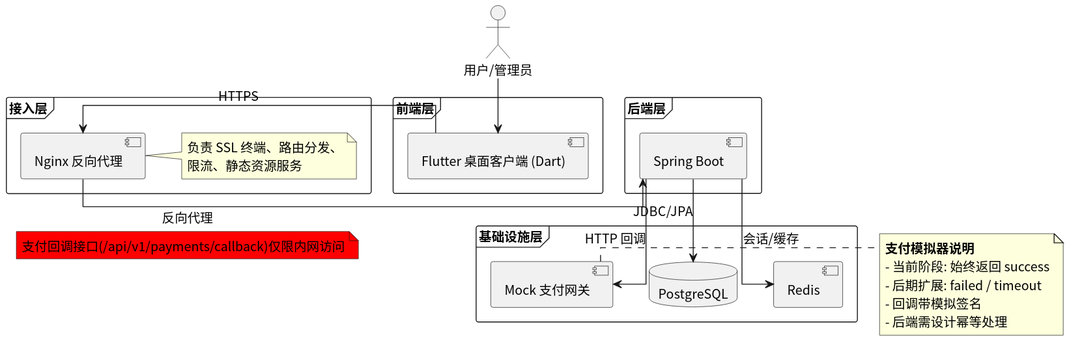
This is usecase/docs/containerd/img/deployment_overview.svg from greenhandzdl/charging-station-doc, a PlantUML export, as it was before one commit.
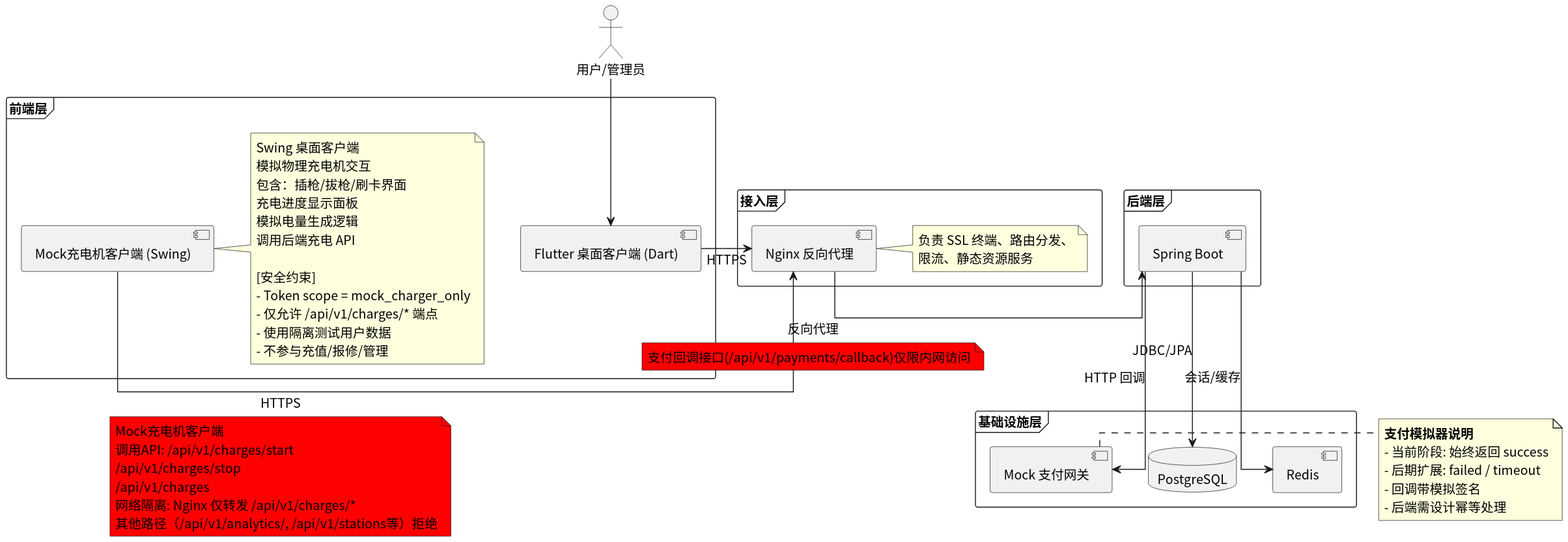
After the commit.

Change to the diagram source:
```diff
@@ -7,6 +7,21 @@
 
 frame "前端层" {
   component "Flutter 桌面客户端 (Dart)" as FE
+  component "Mock充电机客户端 (Swing)" as MC
+  note right of MC
+    Swing 桌面客户端
+    模拟物理充电机交互
+    包含：插枪/拔枪/刷卡界面
+    充电进度显示面板
+    模拟电量生成逻辑
+    调用后端充电 API
+
+    [安全约束]
+    - Token scope = mock_charger_only
+    - 仅允许 /api/v1/charges/* 端点
+    - 使用隔离测试用户数据
+    - 不参与充值/报修/管理
+  end note
 }
 
 frame "接入层" {
@@ -29,6 +44,10 @@
 
 UA --> FE
 FE -right-> NGX : HTTPS
+
+MC -right-> NGX : HTTPS
+note on link #f00: Mock充电机客户端\n调用API: /api/v1/charges/start\n/api/v1/charges/stop\n/api/v1/charges\n网络隔离: Nginx 仅转发 /api/v1/charges/*\n其他路径（/api/v1/analytics/, /api/v1/stations等）拒绝
+
 NGX -right-> BE : 反向代理
 note on link #f00: 支付回调接口(/api/v1/payments/callback)仅限内网访问
 BE -down-> DB : JDBC/JPA
```
